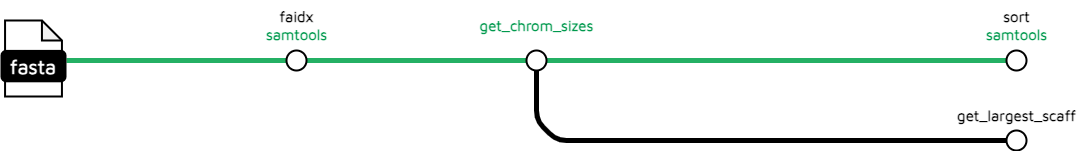
Before: docs/images/v1-1-0/treeval_1_1_0_generate_genome.png, a diagram exported from draw.io (sanger-tol/treeval). Source tidied: cells renumbered, new cells last; positions are measured from the earlier drawing's top-left corner, leaving out a move shared by most shapes.
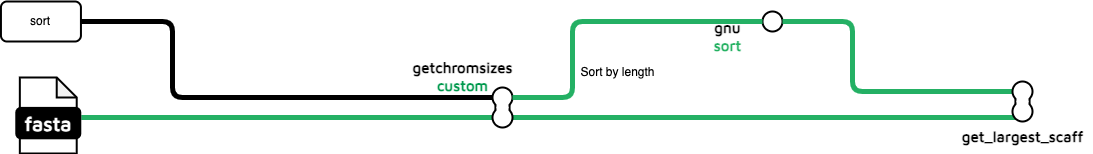
After the change.

The edit, as a diff of the source:
```diff
@@ -2,13 +2,14 @@
   <root>
     <mxCell id="0" />
     <mxCell id="1" parent="0" />
-    <mxCell id="2" style="endArrow=none;html=1;rounded=1;strokeWidth=5;strokeColor=#24B064;fontSize=14;labelBackgroundColor=none;" parent="1" edge="1" target="8">
+    <mxCell id="2" style="endArrow=none;html=1;rounded=1;strokeWidth=5;strokeColor=#24B064;fontSize=14;labelBackgroundColor=none;" parent="1" edge="1">
       <mxGeometry relative="1" as="geometry">
-        <mxPoint x="65" y="60" as="sourcePoint" />
+        <mxPoint x="4883.8" y="6640" as="sourcePoint" />
+        <mxPoint x="5821.5" y="6640" as="targetPoint" />
       </mxGeometry>
     </mxCell>
     <mxCell id="3" style="group;labelBackgroundColor=none;" parent="1" vertex="1">
-      <mxGeometry y="20" width="64" height="76" as="geometry" />
+      <mxGeometry x="4818.8" y="6600" width="64" height="76" as="geometry" />
     </mxCell>
     <mxCell id="4" style="shape=note;whiteSpace=wrap;html=1;backgroundOutline=1;darkOpacity=0.05;rounded=1;size=20;strokeWidth=2;labelBackgroundColor=none;" parent="3" vertex="1">
       <mxGeometry x="3.6" width="56.9" height="76" as="geometry" />
@@ -17,37 +18,83 @@
       <mxGeometry y="30.4" width="64" height="30.4" as="geometry" />
     </mxCell>
     <mxCell id="6" style="ellipse;whiteSpace=wrap;html=1;rounded=1;rotation=0;strokeWidth=2;labelBackgroundColor=none;" parent="1" vertex="1">
-      <mxGeometry x="285" y="50" width="20" height="20" as="geometry" />
+      <mxGeometry x="5565" y="6534" width="20" height="20" as="geometry" />
     </mxCell>
-    <mxCell id="7" style="ellipse;whiteSpace=wrap;html=1;rounded=1;rotation=0;strokeWidth=2;labelBackgroundColor=none;" parent="1" vertex="1">
-      <mxGeometry x="525" y="50" width="20" height="20" as="geometry" />
+    <mxCell id="7" value="getchromsizes&lt;font color=&quot;#00994d&quot;&gt;&lt;br&gt;custom&lt;br&gt;&lt;/font&gt;" style="text;html=1;align=center;verticalAlign=middle;strokeColor=none;fillColor=none;fontSize=15;fontFamily=Maven Pro;fontSource=https%3A%2F%2Ffonts.googleapis.com%2Fcss%3Ffamily%3DMaven%2BPro;fontStyle=1;labelBackgroundColor=none;" parent="1" vertex="1">
+      <mxGeometry x="5205" y="6574" width="120" height="50" as="geometry" />
     </mxCell>
-    <mxCell id="8" style="ellipse;whiteSpace=wrap;html=1;rounded=1;rotation=0;strokeWidth=2;labelBackgroundColor=none;" parent="1" vertex="1">
-      <mxGeometry x="1005" y="50" width="20" height="20" as="geometry" />
+    <mxCell id="8" value="gnu&lt;div&gt;&lt;font color=&quot;#25b162&quot;&gt;sort&lt;/font&gt;&lt;/div&gt;" style="text;html=1;align=center;verticalAlign=middle;points=[];strokeColor=none;fillColor=none;fontSize=15;fontFamily=Maven Pro;fontSource=https%3A%2F%2Ffonts.googleapis.com%2Fcss%3Ffamily%3DMaven%2BPro;fontStyle=1;labelBackgroundColor=none;" parent="1" vertex="1">
+      <mxGeometry x="5505" y="6534" width="50" height="50" as="geometry" />
     </mxCell>
-    <mxCell id="9" style="ellipse;whiteSpace=wrap;html=1;rounded=1;rotation=0;strokeWidth=2;labelBackgroundColor=none;" parent="1" vertex="1">
-      <mxGeometry x="1005" y="130" width="20" height="20" as="geometry" />
+    <mxCell id="9" value="get_largest_scaff" style="text;html=1;align=center;verticalAlign=middle;points=[];strokeColor=none;fillColor=none;fontSize=15;fontFamily=Maven Pro;fontSource=https%3A%2F%2Ffonts.googleapis.com%2Fcss%3Ffamily%3DMaven%2BPro;fontStyle=1;labelBackgroundColor=none;" parent="1" vertex="1">
+      <mxGeometry x="5755" y="6644" width="140" height="30" as="geometry" />
     </mxCell>
-    <mxCell id="10" style="endArrow=none;html=1;rounded=1;strokeWidth=5;entryX=0.5;entryY=1;entryDx=0;entryDy=0;exitX=0;exitY=0.5;exitDx=0;exitDy=0;labelBackgroundColor=none;" parent="1" edge="1" source="9">
-      <mxGeometry relative="1" as="geometry">
-        <mxPoint x="535" y="70" as="targetPoint" />
-        <Array as="points">
-          <mxPoint x="555" y="140" />
-          <mxPoint x="535" y="120" />
-        </Array>
-      </mxGeometry>
+    <mxCell id="10" value="sort" style="rounded=1;whiteSpace=wrap;html=1;strokeWidth=2;labelBackgroundColor=none;" parent="1" vertex="1">
+      <mxGeometry x="4803.4" y="6524" width="80" height="40" as="geometry" />
     </mxCell>
-    <mxCell id="11" value="faidx&lt;br style=&quot;font-size: 15px;&quot;&gt;&lt;font color=&quot;#00994d&quot;&gt;samtools&lt;/font&gt;" style="text;html=1;align=center;verticalAlign=middle;strokeColor=none;fillColor=none;fontSize=15;fontFamily=Maven Pro;fontSource=https%3A%2F%2Ffonts.googleapis.com%2Fcss%3Ffamily%3DMaven%2BPro;fontStyle=1;labelBackgroundColor=none;" parent="1" vertex="1">
-      <mxGeometry x="255" width="80" height="50" as="geometry" />
+    <mxCell id="11" style="endArrow=none;html=1;rounded=1;strokeWidth=5;labelBackgroundColor=none;" parent="1" edge="1" source="10" target="13">
+      <mxGeometry relative="1" as="geometry">
+        <Array as="points">
+          <mxPoint x="4975" y="6544" />
+          <mxPoint x="4975" y="6620" />
+        </Array>
+      </mxGeometry>
     </mxCell>
-    <mxCell id="12" value="&lt;font color=&quot;#00994d&quot;&gt;get_chrom_sizes&lt;/font&gt;" style="text;html=1;align=center;verticalAlign=middle;strokeColor=none;fillColor=none;fontSize=15;fontFamily=Maven Pro;fontSource=https%3A%2F%2Ffonts.googleapis.com%2Fcss%3Ffamily%3DMaven%2BPro;fontStyle=1;labelBackgroundColor=none;" parent="1" vertex="1">
-      <mxGeometry x="465" y="10" width="140" height="30" as="geometry" />
+    <mxCell id="12" style="group;" parent="1" vertex="1">
+      <mxGeometry x="5295" y="6610" width="20" height="40" as="geometry" />
     </mxCell>
-    <mxCell id="13" value="sort&lt;br style=&quot;font-size: 15px;&quot;&gt;&lt;font color=&quot;#00994d&quot;&gt;samtools&lt;/font&gt;" style="text;html=1;align=center;verticalAlign=middle;points=[];strokeColor=none;fillColor=none;fontSize=15;fontFamily=Maven Pro;fontSource=https%3A%2F%2Ffonts.googleapis.com%2Fcss%3Ffamily%3DMaven%2BPro;fontStyle=1;labelBackgroundColor=none;" parent="1" vertex="1">
-      <mxGeometry x="975" width="80" height="50" as="geometry" />
+    <mxCell id="13" style="ellipse;whiteSpace=wrap;html=1;rounded=1;rotation=0;strokeWidth=2;" parent="12" vertex="1">
+      <mxGeometry width="20" height="20" as="geometry" />
     </mxCell>
-    <mxCell id="14" value="get_largest_scaff" style="text;html=1;align=center;verticalAlign=middle;points=[];strokeColor=none;fillColor=none;fontSize=15;fontFamily=Maven Pro;fontSource=https%3A%2F%2Ffonts.googleapis.com%2Fcss%3Ffamily%3DMaven%2BPro;fontStyle=1;labelBackgroundColor=none;" parent="1" vertex="1">
-      <mxGeometry x="945" y="100" width="140" height="30" as="geometry" />
+    <mxCell id="14" style="ellipse;whiteSpace=wrap;html=1;rounded=1;rotation=0;strokeWidth=2;" parent="12" vertex="1">
+      <mxGeometry y="20" width="20" height="20" as="geometry" />
     </mxCell>
+    <mxCell id="15" style="edgeStyle=orthogonalEdgeStyle;rounded=1;jettySize=auto;html=1;exitX=0;exitY=1;exitDx=0;exitDy=0;entryX=0;entryY=0;entryDx=0;entryDy=0;strokeWidth=2;endArrow=none;endFill=0;" parent="12" edge="1" source="13" target="14">
+      <mxGeometry relative="1" as="geometry" />
+    </mxCell>
+    <mxCell id="16" style="edgeStyle=orthogonalEdgeStyle;rounded=1;jettySize=auto;html=1;exitX=1;exitY=1;exitDx=0;exitDy=0;entryX=1;entryY=0;entryDx=0;entryDy=0;endArrow=none;endFill=0;strokeWidth=2;" parent="12" edge="1" source="13" target="14">
+      <mxGeometry relative="1" as="geometry" />
+    </mxCell>
+    <mxCell id="17" style="rounded=0;whiteSpace=wrap;html=1;strokeColor=#FFFFFF;strokeWidth=2;" parent="12" vertex="1">
+      <mxGeometry x="5" y="15" width="10" height="10" as="geometry" />
+    </mxCell>
+    <mxCell id="18" style="endArrow=none;html=1;rounded=1;strokeWidth=5;strokeColor=#24B064;labelBackgroundColor=none;" parent="1" edge="1" source="13" target="6">
+      <mxGeometry relative="1" as="geometry">
+        <Array as="points">
+          <mxPoint x="5375" y="6620" />
+          <mxPoint x="5375" y="6544" />
+        </Array>
+      </mxGeometry>
+    </mxCell>
+    <mxCell id="19" style="endArrow=none;html=1;rounded=1;strokeWidth=5;strokeColor=#24B064;labelBackgroundColor=none;" parent="1" edge="1" source="6">
+      <mxGeometry relative="1" as="geometry">
+        <mxPoint x="5825" y="6614" as="targetPoint" />
+        <Array as="points">
+          <mxPoint x="5655" y="6544" />
+          <mxPoint x="5655" y="6614" />
+        </Array>
+      </mxGeometry>
+    </mxCell>
+    <mxCell id="20" style="group;" parent="1" vertex="1">
+      <mxGeometry x="5815" y="6604" width="20" height="40" as="geometry" />
+    </mxCell>
+    <mxCell id="21" style="ellipse;whiteSpace=wrap;html=1;rounded=1;rotation=0;strokeWidth=2;" parent="20" vertex="1">
+      <mxGeometry width="20" height="20" as="geometry" />
+    </mxCell>
+    <mxCell id="22" style="ellipse;whiteSpace=wrap;html=1;rounded=1;rotation=0;strokeWidth=2;" parent="20" vertex="1">
+      <mxGeometry y="20" width="20" height="20" as="geometry" />
+    </mxCell>
+    <mxCell id="23" style="edgeStyle=orthogonalEdgeStyle;rounded=1;jettySize=auto;html=1;exitX=0;exitY=1;exitDx=0;exitDy=0;entryX=0;entryY=0;entryDx=0;entryDy=0;strokeWidth=2;endArrow=none;endFill=0;" parent="20" edge="1" source="21" target="22">
+      <mxGeometry relative="1" as="geometry" />
+    </mxCell>
+    <mxCell id="24" style="edgeStyle=orthogonalEdgeStyle;rounded=1;jettySize=auto;html=1;exitX=1;exitY=1;exitDx=0;exitDy=0;entryX=1;entryY=0;entryDx=0;entryDy=0;endArrow=none;endFill=0;strokeWidth=2;" parent="20" edge="1" source="21" target="22">
+      <mxGeometry relative="1" as="geometry" />
+    </mxCell>
+    <mxCell id="25" style="rounded=0;whiteSpace=wrap;html=1;strokeColor=#FFFFFF;strokeWidth=2;" parent="20" vertex="1">
+      <mxGeometry x="5" y="15" width="10" height="10" as="geometry" />
+    </mxCell>
+    <mxCell id="26" value="Sort by length" style="text;html=1;align=center;verticalAlign=middle;strokeColor=none;fillColor=none;" parent="1" vertex="1">
+      <mxGeometry x="5370" y="6580" width="100" height="30" as="geometry" />
+    </mxCell>
   </root>
 </mxGraphModel>
```
